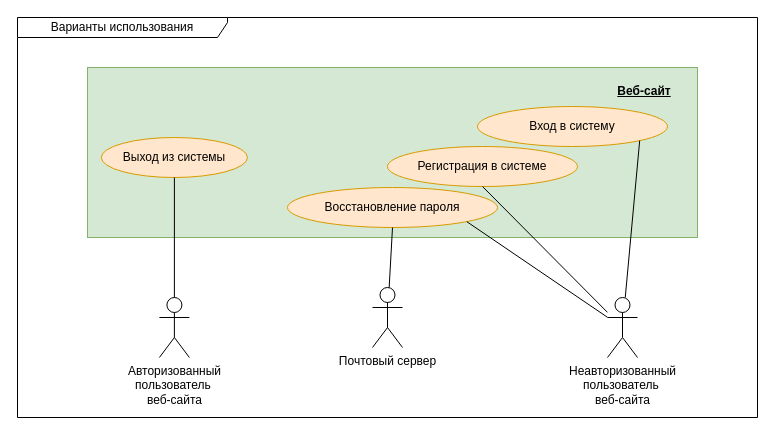
This is raw_diagrams/use_case.drawio from AS2/internet_technologies, a draw.io file, before an edit. Source tidied: cells renumbered, new cells numbered last; positions are measured from the earlier drawing's top-left corner, leaving out a move shared by most shapes. Both pictures are drawn from the tidied source at 100%, with x=0, y=0 at pixel (17, 17).
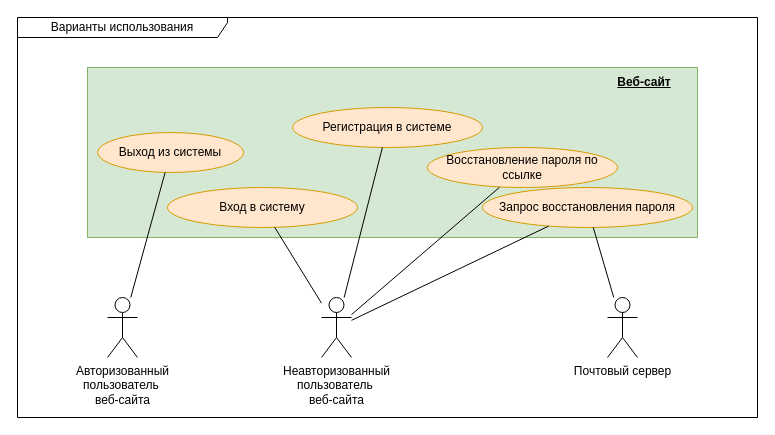
After the change.

What changed in the source:
```diff
@@
 <mxGraphModel>
   <root>
     <mxCell id="0" />
     <mxCell id="1" parent="0" />
     <mxCell id="2" style="html=1;whiteSpace=wrap;fillColor=#d5e8d4;strokeColor=#82b366;" parent="1" vertex="1">
       <mxGeometry x="70" y="50" width="610" height="170" as="geometry" />
     </mxCell>
     <mxCell id="3" value="&lt;div&gt;Авторизованный&lt;/div&gt;&lt;div&gt;пользователь&amp;nbsp;&lt;/div&gt;веб-сайта" style="shape=umlActor;verticalLabelPosition=bottom;verticalAlign=top;html=1;outlineConnect=0;" parent="1" vertex="1">
-      <mxGeometry x="141.9" y="280" width="30" height="60" as="geometry" />
+      <mxGeometry x="90" y="280" width="30" height="60" as="geometry" />
     </mxCell>
     <mxCell id="4" value="Варианты использования" style="shape=umlFrame;whiteSpace=wrap;html=1;width=210;height=20;" parent="1" vertex="1">
       <mxGeometry width="740" height="400" as="geometry" />
     </mxCell>
     <mxCell id="5" value="&lt;u&gt;&lt;b&gt;Веб-сайт&lt;br&gt;&lt;/b&gt;&lt;/u&gt;" style="text;html=1;strokeColor=none;fillColor=none;align=center;verticalAlign=middle;whiteSpace=wrap;rounded=0;" parent="1" vertex="1">
-      <mxGeometry x="572.5" y="59" width="107.5" height="30" as="geometry" />
+      <mxGeometry x="572.5" y="50" width="107.5" height="30" as="geometry" />
     </mxCell>
-    <mxCell id="6" value="Восстановление пароля" style="ellipse;whiteSpace=wrap;html=1;fillColor=#ffe6cc;strokeColor=#d79b00;" parent="1" vertex="1">
-      <mxGeometry x="270" y="170" width="210" height="40" as="geometry" />
+    <mxCell id="6" value="Запрос&amp;nbsp;&lt;span style=&quot;background-color: initial;&quot;&gt;восстановления пароля&lt;/span&gt;" style="ellipse;whiteSpace=wrap;html=1;fillColor=#ffe6cc;strokeColor=#d79b00;" parent="1" vertex="1">
+      <mxGeometry x="465" y="170" width="210" height="40" as="geometry" />
     </mxCell>
-    <mxCell id="7" style="endArrow=none;html=1;rounded=0;entryX=1;entryY=1;entryDx=0;entryDy=0;" parent="1" edge="1" source="8" target="6">
+    <mxCell id="7" style="endArrow=none;html=1;rounded=0;" parent="1" edge="1" source="8" target="6">
       <mxGeometry relative="1" as="geometry" />
     </mxCell>
+    <mxCell id="17" style="rounded=0;jettySize=auto;html=1;endArrow=none;endFill=0;" parent="1" edge="1" source="8" target="18">
+      <mxGeometry relative="1" as="geometry" />
+    </mxCell>
     <mxCell id="8" value="&lt;div style=&quot;border-color: var(--border-color);&quot;&gt;Неавторизованный&lt;/div&gt;&lt;div style=&quot;border-color: var(--border-color);&quot;&gt;пользователь&amp;nbsp;&lt;/div&gt;веб-сайта" style="shape=umlActor;verticalLabelPosition=bottom;verticalAlign=top;html=1;outlineConnect=0;" parent="1" vertex="1">
-      <mxGeometry x="590" y="280" width="30" height="60" as="geometry" />
+      <mxGeometry x="304" y="280" width="30" height="60" as="geometry" />
     </mxCell>
     <mxCell id="9" value="Регистрация в системе" style="ellipse;whiteSpace=wrap;html=1;fillColor=#ffe6cc;strokeColor=#d79b00;" parent="1" vertex="1">
-      <mxGeometry x="370" y="129" width="190" height="40" as="geometry" />
+      <mxGeometry x="275" y="90" width="190" height="40" as="geometry" />
     </mxCell>
-    <mxCell id="10" style="endArrow=none;html=1;rounded=0;entryX=0.5;entryY=1;entryDx=0;entryDy=0;" parent="1" edge="1" source="8" target="9">
+    <mxCell id="10" style="endArrow=none;html=1;rounded=0;" parent="1" edge="1" source="8" target="9">
       <mxGeometry relative="1" as="geometry" />
     </mxCell>
     <mxCell id="11" value="Вход в систему" style="ellipse;whiteSpace=wrap;html=1;fillColor=#ffe6cc;strokeColor=#d79b00;" parent="1" vertex="1">
-      <mxGeometry x="460" y="89" width="190" height="40" as="geometry" />
+      <mxGeometry x="150" y="170" width="190" height="40" as="geometry" />
     </mxCell>
-    <mxCell id="12" style="endArrow=none;html=1;rounded=0;entryX=1;entryY=1;entryDx=0;entryDy=0;" parent="1" edge="1" source="8" target="11">
+    <mxCell id="12" style="endArrow=none;html=1;rounded=0;" parent="1" edge="1" source="8" target="11">
       <mxGeometry relative="1" as="geometry" />
     </mxCell>
     <mxCell id="13" value="Выход из системы" style="ellipse;whiteSpace=wrap;html=1;fillColor=#ffe6cc;strokeColor=#d79b00;" parent="1" vertex="1">
-      <mxGeometry x="83.8" y="120" width="146.2" height="40" as="geometry" />
+      <mxGeometry x="80" y="115" width="146.2" height="40" as="geometry" />
     </mxCell>
-    <mxCell id="14" style="endArrow=none;html=1;rounded=0;entryX=0.5;entryY=1;entryDx=0;entryDy=0;" parent="1" edge="1" source="3" target="13">
+    <mxCell id="14" style="endArrow=none;html=1;rounded=0;" parent="1" edge="1" source="3" target="13">
       <mxGeometry relative="1" as="geometry" />
     </mxCell>
     <mxCell id="15" value="Почтовый сервер&lt;br&gt;&lt;div style=&quot;border-color: var(--border-color);&quot;&gt;&lt;/div&gt;" style="shape=umlActor;verticalLabelPosition=bottom;verticalAlign=top;html=1;outlineConnect=0;" parent="1" vertex="1">
-      <mxGeometry x="355" y="270" width="30" height="60" as="geometry" />
+      <mxGeometry x="590" y="280" width="30" height="60" as="geometry" />
     </mxCell>
-    <mxCell id="16" style="endArrow=none;html=1;rounded=0;exitX=0.5;exitY=1;exitDx=0;exitDy=0;" parent="1" edge="1" source="6" target="15">
+    <mxCell id="16" style="endArrow=none;html=1;rounded=0;" parent="1" edge="1" source="6" target="15">
       <mxGeometry relative="1" as="geometry" />
     </mxCell>
+    <mxCell id="18" value="Восстановление пароля по ссылке" style="ellipse;whiteSpace=wrap;html=1;fillColor=#ffe6cc;strokeColor=#d79b00;" parent="1" vertex="1">
+      <mxGeometry x="410" y="130" width="190" height="40" as="geometry" />
+    </mxCell>
   </root>
 </mxGraphModel>
```
